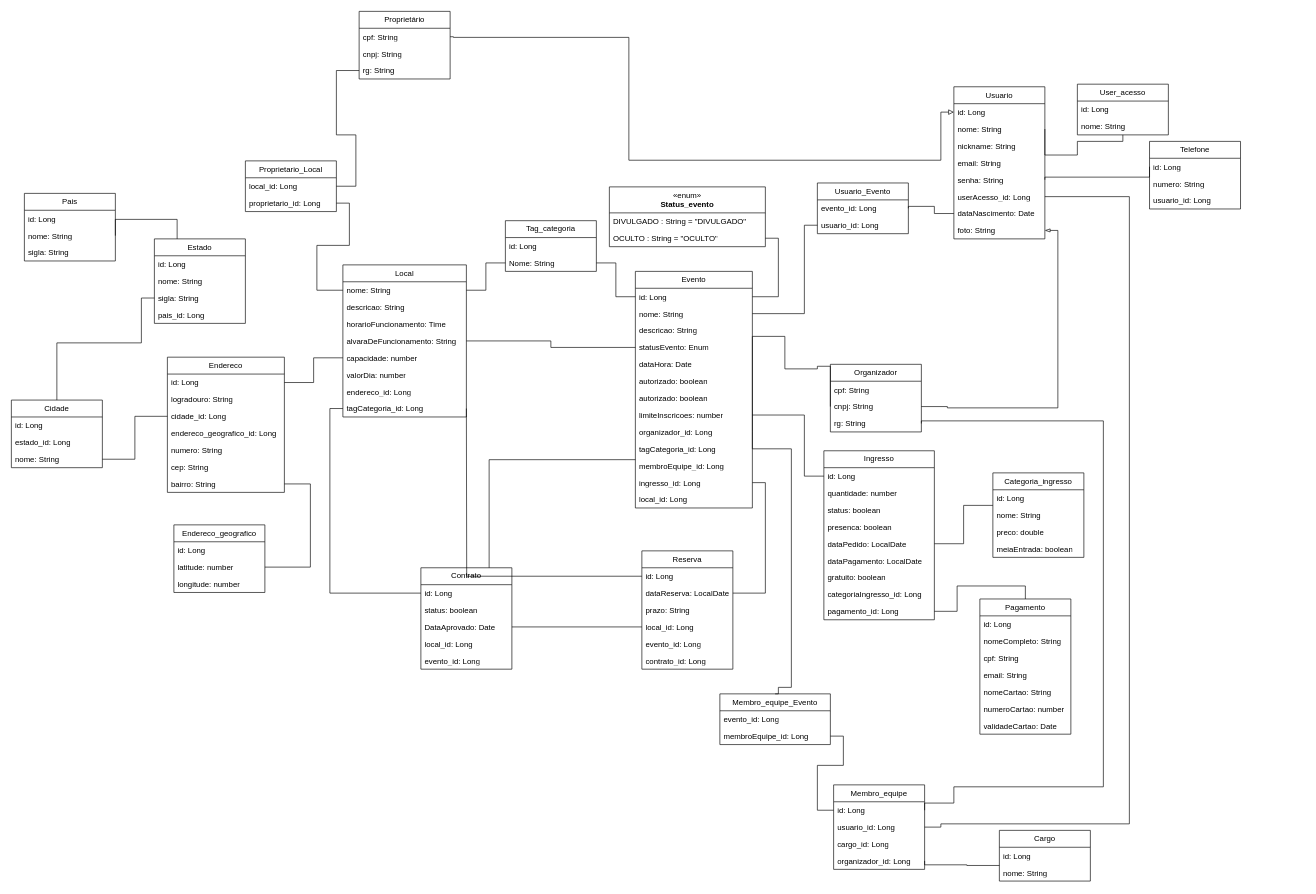
The draw.io diagram DiagramaDeClassesPokando.drawio in ChumeLabs-Pokando/Pokando, before the edit. Source tidied: cells renumbered, new cells numbered last; positions are measured from the earlier drawing's top-left corner, leaving out a move shared by most shapes. Both pictures are drawn from the tidied source at 65%, with x=0, y=0 at pixel (11, 11).
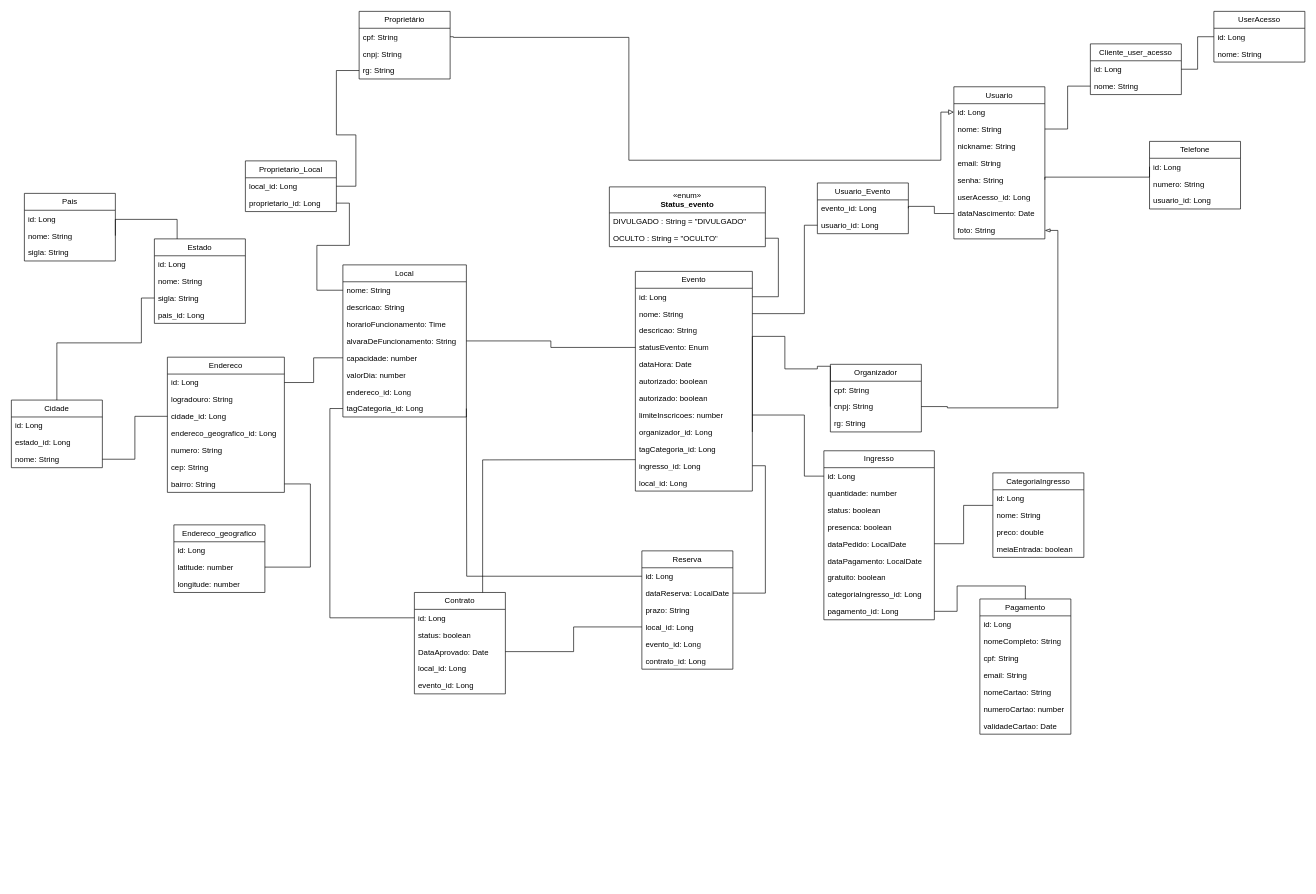
The same diagram, later.

Commit message:
tagcategoria / membro equipe e cargo REMOVIDOS DO DIAGRAMA

Unchanged cells that the change refers to:
```xml
<mxCell id="4" value="nome: String" style="text;strokeColor=none;fillColor=none;align=left;verticalAlign=top;spacingLeft=4;spacingRight=4;overflow=hidden;points=[[0,0.5],[1,0.5]];portConstraint=eastwest;whiteSpace=wrap;html=1;" parent="2" vertex="1">
  <mxGeometry y="52" width="140" height="26" as="geometry" />
</mxCell>
<mxCell id="8" value="userAcesso_id: Long" style="text;strokeColor=none;fillColor=none;align=left;verticalAlign=top;spacingLeft=4;spacingRight=4;overflow=hidden;points=[[0,0.5],[1,0.5]];portConstraint=eastwest;whiteSpace=wrap;html=1;" parent="2" vertex="1">
  <mxGeometry y="156" width="140" height="26" as="geometry" />
</mxCell>
<mxCell id="19" value="rg: String" style="text;strokeColor=none;fillColor=none;align=left;verticalAlign=top;spacingLeft=4;spacingRight=4;overflow=hidden;points=[[0,0.5],[1,0.5]];portConstraint=eastwest;whiteSpace=wrap;html=1;" parent="16" vertex="1">
  <mxGeometry y="78" width="140" height="26" as="geometry" />
</mxCell>
<mxCell id="80" value="id: Long" style="text;strokeColor=none;fillColor=none;align=left;verticalAlign=top;spacingLeft=4;spacingRight=4;overflow=hidden;points=[[0,0.5],[1,0.5]];portConstraint=eastwest;whiteSpace=wrap;html=1;" parent="79" vertex="1">
  <mxGeometry y="26" width="180" height="26" as="geometry" />
</mxCell>
<mxCell id="88" value="&lt;div&gt;organizador_id: Long&lt;/div&gt;" style="text;strokeColor=none;fillColor=none;align=left;verticalAlign=top;spacingLeft=4;spacingRight=4;overflow=hidden;points=[[0,0.5],[1,0.5]];portConstraint=eastwest;whiteSpace=wrap;html=1;" parent="79" vertex="1">
  <mxGeometry y="234" width="180" height="26" as="geometry" />
</mxCell>
<mxCell id="94" value="nome: String" style="text;strokeColor=none;fillColor=none;align=left;verticalAlign=top;spacingLeft=4;spacingRight=4;overflow=hidden;points=[[0,0.5],[1,0.5]];portConstraint=eastwest;whiteSpace=wrap;html=1;" parent="93" vertex="1">
  <mxGeometry y="26" width="190" height="26" as="geometry" />
</mxCell>
<mxCell id="110" value="id: Long" style="text;strokeColor=none;fillColor=none;align=left;verticalAlign=top;spacingLeft=4;spacingRight=4;overflow=hidden;points=[[0,0.5],[1,0.5]];portConstraint=eastwest;whiteSpace=wrap;html=1;" parent="109" vertex="1">
  <mxGeometry y="26" width="140" height="26" as="geometry" />
</mxCell>
```

The edit, as a diff of the source:
```diff
@@
-    <mxCell id="32" value="Membro_equipe" style="swimlane;fontStyle=0;horizontal=1;startSize=26;fillColor=none;whiteSpace=wrap;html=1;" parent="1" vertex="1">
-      <mxGeometry x="1265" y="1190" width="140" height="130" as="geometry" />
-    </mxCell>
-    <mxCell id="33" value="id: Long" style="text;strokeColor=none;fillColor=none;align=left;verticalAlign=top;spacingLeft=4;spacingRight=4;overflow=hidden;points=[[0,0.5],[1,0.5]];portConstraint=eastwest;whiteSpace=wrap;html=1;" parent="32" vertex="1">
-      <mxGeometry y="26" width="140" height="26" as="geometry" />
-    </mxCell>
-    <mxCell id="34" value="usuario_id: Long" style="text;strokeColor=none;fillColor=none;align=left;verticalAlign=top;spacingLeft=4;spacingRight=4;overflow=hidden;points=[[0,0.5],[1,0.5]];portConstraint=eastwest;whiteSpace=wrap;html=1;" parent="32" vertex="1">
-      <mxGeometry y="52" width="140" height="26" as="geometry" />
-    </mxCell>
-    <mxCell id="35" value="cargo_id: Long" style="text;strokeColor=none;fillColor=none;align=left;verticalAlign=top;spacingLeft=4;spacingRight=4;overflow=hidden;whiteSpace=wrap;html=1;" parent="32" vertex="1">
-      <mxGeometry y="78" width="140" height="26" as="geometry" />
-    </mxCell>
-    <mxCell id="36" value="organizador_id: Long" style="text;strokeColor=none;fillColor=none;align=left;verticalAlign=top;spacingLeft=4;spacingRight=4;overflow=hidden;points=[[0,0.5],[1,0.5]];portConstraint=eastwest;whiteSpace=wrap;html=1;" parent="32" vertex="1">
-      <mxGeometry y="104" width="140" height="26" as="geometry" />
-    </mxCell>
-    <mxCell id="37" style="edgeStyle=orthogonalEdgeStyle;rounded=0;jettySize=auto;html=1;exitX=0;exitY=0.077;exitDx=0;exitDy=0;entryX=1;entryY=0.5;entryDx=0;entryDy=0;endArrow=none;startFill=0;exitPerimeter=0;" parent="1" edge="1" source="40" target="36">
-      <mxGeometry relative="1" as="geometry">
-        <Array as="points">
-          <mxPoint x="1470" y="1314" />
-          <mxPoint x="1470" y="1313" />
-        </Array>
-      </mxGeometry>
-    </mxCell>
-    <mxCell id="38" value="Cargo" style="swimlane;fontStyle=0;horizontal=1;startSize=26;fillColor=none;whiteSpace=wrap;html=1;" parent="1" vertex="1">
-      <mxGeometry x="1520" y="1260" width="140" height="78" as="geometry" />
-    </mxCell>
-    <mxCell id="39" value="id: Long" style="text;strokeColor=none;fillColor=none;align=left;verticalAlign=top;spacingLeft=4;spacingRight=4;overflow=hidden;whiteSpace=wrap;html=1;" parent="38" vertex="1">
-      <mxGeometry y="26" width="140" height="26" as="geometry" />
-    </mxCell>
-    <mxCell id="40" value="nome: String" style="text;strokeColor=none;fillColor=none;align=left;verticalAlign=top;spacingLeft=4;spacingRight=4;overflow=hidden;points=[[0,0.5],[1,0.5]];portConstraint=eastwest;whiteSpace=wrap;html=1;" parent="38" vertex="1">
-      <mxGeometry y="52" width="140" height="26" as="geometry" />
-    </mxCell>
@@
-    <mxCell id="51" value="Categoria_ingresso" style="swimlane;fontStyle=0;horizontal=1;startSize=26;fillColor=none;whiteSpace=wrap;html=1;" parent="1" vertex="1">
+    <mxCell id="51" value="CategoriaIngresso" style="swimlane;fontStyle=0;horizontal=1;startSize=26;fillColor=none;whiteSpace=wrap;html=1;" parent="1" vertex="1">
       <mxGeometry x="1510" y="710" width="140" height="130" as="geometry" />
     </mxCell>
@@
     <mxCell id="66" value="Contrato" style="swimlane;fontStyle=0;horizontal=1;startSize=26;fillColor=none;whiteSpace=wrap;html=1;" parent="1" vertex="1">
-      <mxGeometry x="630" y="856" width="140" height="156" as="geometry" />
+      <mxGeometry x="620" y="894" width="140" height="156" as="geometry" />
     </mxCell>
@@
     <mxCell id="79" value="Evento" style="swimlane;fontStyle=0;horizontal=1;startSize=26;fillColor=none;whiteSpace=wrap;html=1;" parent="1" vertex="1">
-      <mxGeometry x="960" y="400" width="180" height="364" as="geometry" />
+      <mxGeometry x="960" y="400" width="180" height="338" as="geometry" />
     </mxCell>
@@
-    <mxCell id="90" value="&lt;div&gt;membroEquipe_id: Long&lt;/div&gt;" style="text;strokeColor=none;fillColor=none;align=left;verticalAlign=top;spacingLeft=4;spacingRight=4;overflow=hidden;whiteSpace=wrap;html=1;" parent="79" vertex="1">
-      <mxGeometry y="286" width="180" height="26" as="geometry" />
-    </mxCell>
     <mxCell id="91" value="&lt;div&gt;ingresso_id: Long&lt;/div&gt;" style="text;strokeColor=none;fillColor=none;align=left;verticalAlign=top;spacingLeft=4;spacingRight=4;overflow=hidden;points=[[0,0.5],[1,0.5]];portConstraint=eastwest;whiteSpace=wrap;html=1;" parent="79" vertex="1">
-      <mxGeometry y="312" width="180" height="26" as="geometry" />
+      <mxGeometry y="286" width="180" height="26" as="geometry" />
     </mxCell>
     <mxCell id="92" value="&lt;div&gt;local_id: Long&lt;/div&gt;" style="text;strokeColor=none;fillColor=none;align=left;verticalAlign=top;spacingLeft=4;spacingRight=4;overflow=hidden;whiteSpace=wrap;html=1;" parent="79" vertex="1">
-      <mxGeometry y="338" width="180" height="26" as="geometry" />
+      <mxGeometry y="312" width="180" height="26" as="geometry" />
     </mxCell>
@@
-    <mxCell id="102" value="Tag_categoria" style="swimlane;fontStyle=0;horizontal=1;startSize=26;fillColor=none;whiteSpace=wrap;html=1;" parent="1" vertex="1">
-      <mxGeometry x="760" y="322" width="140" height="78" as="geometry" />
-    </mxCell>
-    <mxCell id="103" value="id: Long" style="text;strokeColor=none;fillColor=none;align=left;verticalAlign=top;spacingLeft=4;spacingRight=4;overflow=hidden;whiteSpace=wrap;html=1;" parent="102" vertex="1">
-      <mxGeometry y="26" width="140" height="26" as="geometry" />
-    </mxCell>
-    <mxCell id="104" value="Nome: String" style="text;strokeColor=none;fillColor=none;align=left;verticalAlign=top;spacingLeft=4;spacingRight=4;overflow=hidden;points=[[0,0.5],[1,0.5]];portConstraint=eastwest;whiteSpace=wrap;html=1;" parent="102" vertex="1">
-      <mxGeometry y="52" width="140" height="26" as="geometry" />
-    </mxCell>
@@
-    <mxCell id="108" style="edgeStyle=orthogonalEdgeStyle;rounded=0;jettySize=auto;html=1;endArrow=none;startFill=0;entryX=1;entryY=0.5;entryDx=0;entryDy=0;" parent="1" edge="1" source="109" target="4">
-      <mxGeometry relative="1" as="geometry">
-        <Array as="points">
-          <mxPoint x="1710" y="200" />
-          <mxPoint x="1640" y="200" />
-          <mxPoint x="1640" y="221" />
-        </Array>
-      </mxGeometry>
-    </mxCell>
-    <mxCell id="109" value="User_acesso" style="swimlane;fontStyle=0;horizontal=1;startSize=26;fillColor=none;whiteSpace=wrap;html=1;" parent="1" vertex="1">
-      <mxGeometry x="1640" y="112" width="140" height="78" as="geometry" />
+    <mxCell id="109" value="UserAcesso" style="swimlane;fontStyle=0;horizontal=1;startSize=26;fillColor=none;whiteSpace=wrap;html=1;" parent="1" vertex="1">
+      <mxGeometry x="1850" width="140" height="78" as="geometry" />
     </mxCell>
@@
-    <mxCell id="117" style="edgeStyle=orthogonalEdgeStyle;rounded=0;jettySize=auto;html=1;entryX=1;entryY=0.5;entryDx=0;entryDy=0;endArrow=none;startFill=0;exitX=0.5;exitY=0;exitDx=0;exitDy=0;" parent="1" edge="1" source="151" target="88">
-      <mxGeometry relative="1" as="geometry">
-        <Array as="points">
-          <mxPoint x="1180" y="1050" />
-          <mxPoint x="1180" y="1040" />
-          <mxPoint x="1200" y="1040" />
-          <mxPoint x="1200" y="673" />
-        </Array>
-      </mxGeometry>
-    </mxCell>
@@
-    <mxCell id="121" style="edgeStyle=orthogonalEdgeStyle;rounded=0;jettySize=auto;html=1;exitX=0;exitY=0.5;exitDx=0;exitDy=0;entryX=1;entryY=0.5;entryDx=0;entryDy=0;endArrow=none;startFill=0;" parent="1" edge="1" source="104" target="94">
-      <mxGeometry relative="1" as="geometry" />
-    </mxCell>
-    <mxCell id="122" style="edgeStyle=orthogonalEdgeStyle;rounded=0;jettySize=auto;html=1;exitX=1;exitY=0.5;exitDx=0;exitDy=0;entryX=0;entryY=0.5;entryDx=0;entryDy=0;endArrow=none;startFill=0;" parent="1" edge="1" source="104" target="80">
-      <mxGeometry relative="1" as="geometry" />
-    </mxCell>
@@
-    <mxCell id="150" style="edgeStyle=orthogonalEdgeStyle;rounded=0;jettySize=auto;html=1;exitX=1;exitY=0.5;exitDx=0;exitDy=0;entryX=1;entryY=0.5;entryDx=0;entryDy=0;endArrow=none;startFill=0;" parent="1" edge="1" source="8" target="34">
-      <mxGeometry relative="1" as="geometry">
-        <Array as="points">
-          <mxPoint x="1720" y="285" />
-          <mxPoint x="1720" y="1250" />
-          <mxPoint x="1430" y="1250" />
-          <mxPoint x="1430" y="1255" />
-        </Array>
-      </mxGeometry>
-    </mxCell>
-    <mxCell id="151" value="Membro_equipe_Evento" style="swimlane;fontStyle=0;horizontal=1;startSize=26;fillColor=none;whiteSpace=wrap;html=1;" parent="1" vertex="1">
-      <mxGeometry x="1090" y="1050" width="170" height="78" as="geometry" />
-    </mxCell>
-    <mxCell id="152" value="evento_id: Long" style="text;strokeColor=none;fillColor=none;align=left;verticalAlign=top;spacingLeft=4;spacingRight=4;overflow=hidden;whiteSpace=wrap;html=1;" parent="151" vertex="1">
-      <mxGeometry y="26" width="170" height="26" as="geometry" />
-    </mxCell>
-    <mxCell id="153" value="membroEquipe_id: Long" style="text;strokeColor=none;fillColor=none;align=left;verticalAlign=top;spacingLeft=4;spacingRight=4;overflow=hidden;points=[[0,0.5],[1,0.5]];portConstraint=eastwest;whiteSpace=wrap;html=1;" parent="151" vertex="1">
-      <mxGeometry y="52" width="170" height="26" as="geometry" />
-    </mxCell>
-    <mxCell id="154" style="edgeStyle=orthogonalEdgeStyle;rounded=0;jettySize=auto;html=1;exitX=1;exitY=0.5;exitDx=0;exitDy=0;entryX=1;entryY=0.5;entryDx=0;entryDy=0;endArrow=none;startFill=0;" parent="1" edge="1" source="19" target="33">
-      <mxGeometry relative="1" as="geometry">
-        <Array as="points">
-          <mxPoint x="1400" y="630" />
-          <mxPoint x="1680" y="630" />
-          <mxPoint x="1680" y="1193" />
-          <mxPoint x="1450" y="1193" />
-          <mxPoint x="1450" y="1218" />
-          <mxPoint x="1405" y="1218" />
-        </Array>
-      </mxGeometry>
-    </mxCell>
-    <mxCell id="155" style="edgeStyle=orthogonalEdgeStyle;rounded=0;jettySize=auto;html=1;entryX=1;entryY=0.5;entryDx=0;entryDy=0;endArrow=none;startFill=0;exitX=0;exitY=0.5;exitDx=0;exitDy=0;" parent="1" edge="1" source="33" target="153">
-      <mxGeometry relative="1" as="geometry">
-        <Array as="points">
-          <mxPoint x="1240" y="1229" />
-          <mxPoint x="1240" y="1160" />
-          <mxPoint x="1280" y="1160" />
-          <mxPoint x="1280" y="1115" />
-        </Array>
-      </mxGeometry>
-    </mxCell>
@@
+    <mxCell id="164" value="Cliente_user_acesso" style="swimlane;fontStyle=0;horizontal=1;startSize=26;fillColor=none;whiteSpace=wrap;html=1;" parent="1" vertex="1">
+      <mxGeometry x="1660" y="50" width="140" height="78" as="geometry" />
+    </mxCell>
+    <mxCell id="165" value="id: Long" style="text;strokeColor=none;fillColor=none;align=left;verticalAlign=top;spacingLeft=4;spacingRight=4;overflow=hidden;points=[[0,0.5],[1,0.5]];portConstraint=eastwest;whiteSpace=wrap;html=1;" parent="164" vertex="1">
+      <mxGeometry y="26" width="140" height="26" as="geometry" />
+    </mxCell>
+    <mxCell id="40" value="nome: String" style="text;strokeColor=none;fillColor=none;align=left;verticalAlign=top;spacingLeft=4;spacingRight=4;overflow=hidden;points=[[0,0.5],[1,0.5]];portConstraint=eastwest;whiteSpace=wrap;html=1;" parent="164" vertex="1">
+      <mxGeometry y="52" width="140" height="26" as="geometry" />
+    </mxCell>
+    <mxCell id="166" style="edgeStyle=orthogonalEdgeStyle;rounded=0;jettySize=auto;html=1;exitX=0;exitY=0.5;exitDx=0;exitDy=0;entryX=1;entryY=0.5;entryDx=0;entryDy=0;endArrow=none;endFill=0;" parent="1" edge="1" source="110" target="165">
+      <mxGeometry relative="1" as="geometry" />
+    </mxCell>
+    <mxCell id="167" style="edgeStyle=orthogonalEdgeStyle;rounded=0;jettySize=auto;html=1;exitX=0;exitY=0.5;exitDx=0;exitDy=0;entryX=1;entryY=0.5;entryDx=0;entryDy=0;shape=wire;dashed=1;endArrow=none;endFill=0;" parent="1" edge="1" source="40" target="4">
+      <mxGeometry relative="1" as="geometry" />
+    </mxCell>
```
